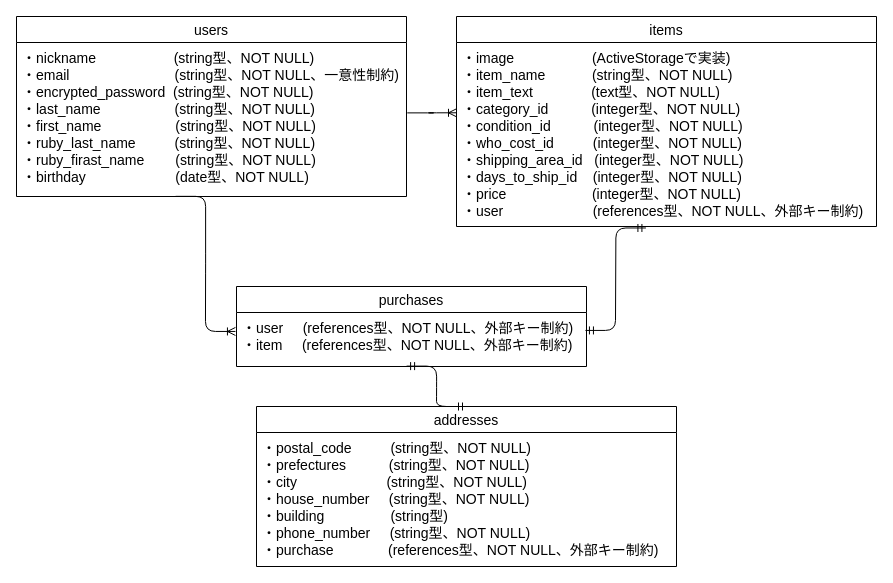
Earlier version of the draw.io diagram table.dio (kimoto-naoki/furima-35589). Source tidied: cells renumbered, new cells numbered last; positions are measured from the earlier drawing's top-left corner, leaving out a move shared by most shapes. Both pictures are drawn from the tidied source at 100%, with x=0, y=0 at pixel (16, 16).
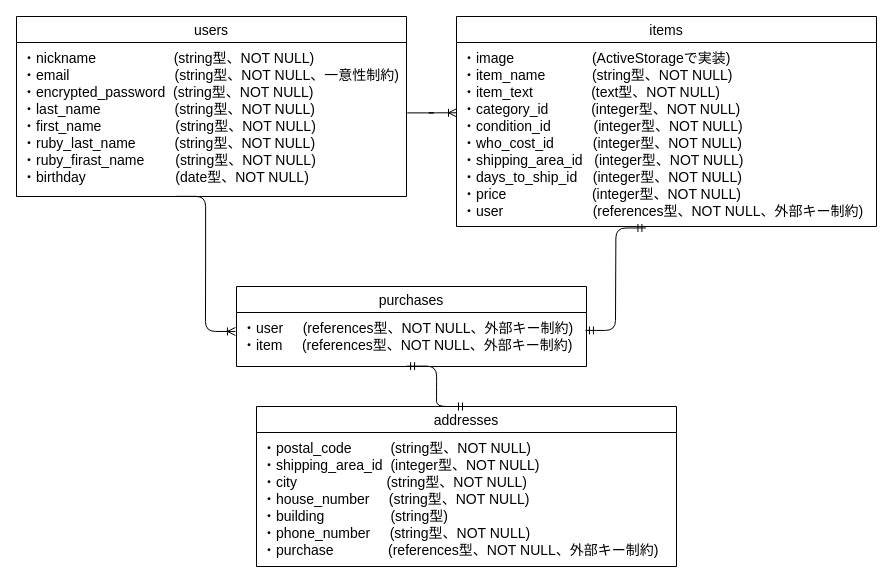
After the change.

Change to the diagram source:
```diff
@@
 <mxGraphModel>
   <root>
     <mxCell id="0" />
     <mxCell id="1" parent="0" />
     <mxCell id="2" value="users" style="swimlane;fontStyle=0;horizontal=1;startSize=26;align=center;fontSize=14;" parent="1" vertex="1">
       <mxGeometry width="390" height="180" as="geometry" />
     </mxCell>
     <mxCell id="3" value="・nickname                    (string型、NOT NULL)&#10;・email                           (string型、NOT NULL、一意性制約)&#10;・encrypted_password  (string型、NOT NULL)&#10;・last_name                   (string型、NOT NULL)&#10;・first_name                   (string型、NOT NULL)&#10;・ruby_last_name          (string型、NOT NULL)&#10;・ruby_firast_name        (string型、NOT NULL)&#10;・birthday                       (date型、NOT NULL)" style="text;strokeColor=none;fillColor=none;spacingLeft=4;spacingRight=4;overflow=hidden;points=[[0,0.5],[1,0.5]];portConstraint=eastwest;fontSize=14;spacingBottom=4;spacingTop=1;" parent="2" vertex="1">
       <mxGeometry y="26" width="390" height="154" as="geometry" />
     </mxCell>
     <mxCell id="4" value="items" style="swimlane;fontStyle=0;horizontal=1;startSize=26;align=center;fontSize=14;" parent="1" vertex="1">
       <mxGeometry x="440" width="420" height="210" as="geometry" />
     </mxCell>
     <mxCell id="5" value="・image                    (ActiveStorageで実装)&#10;・item_name            (string型、NOT NULL)&#10;・item_text               (text型、NOT NULL)&#10;・category_id           (integer型、NOT NULL)&#10;・condition_id           (integer型、NOT NULL)&#10;・who_cost_id          (integer型、NOT NULL)&#10;・shipping_area_id   (integer型、NOT NULL)&#10;・days_to_ship_id    (integer型、NOT NULL)&#10;・price                      (integer型、NOT NULL)&#10;・user                       (references型、NOT NULL、外部キー制約)" style="text;strokeColor=none;fillColor=none;spacingLeft=4;spacingRight=4;overflow=hidden;points=[[0,0.5],[1,0.5]];portConstraint=eastwest;fontSize=14;spacingBottom=4;spacingTop=1;" parent="4" vertex="1">
       <mxGeometry y="26" width="420" height="184" as="geometry" />
     </mxCell>
     <mxCell id="6" value="purchases" style="swimlane;fontStyle=0;horizontal=1;startSize=26;align=center;fontSize=14;" parent="1" vertex="1">
       <mxGeometry x="220" y="270" width="350" height="80" as="geometry" />
     </mxCell>
     <mxCell id="7" value="・user     (references型、NOT NULL、外部キー制約)&#10;・item     (references型、NOT NULL、外部キー制約)" style="text;strokeColor=none;fillColor=none;spacingLeft=4;spacingRight=4;overflow=hidden;points=[[0,0.5],[1,0.5]];portConstraint=eastwest;fontSize=14;spacingBottom=4;spacingTop=1;" parent="6" vertex="1">
       <mxGeometry y="26" width="350" height="54" as="geometry" />
     </mxCell>
     <mxCell id="8" style="edgeStyle=entityRelationEdgeStyle;fontSize=12;html=1;endArrow=ERoneToMany;exitX=1.002;exitY=0.457;exitDx=0;exitDy=0;exitPerimeter=0;entryX=0;entryY=0.382;entryDx=0;entryDy=0;entryPerimeter=0;" parent="1" edge="1" source="3" target="5">
       <mxGeometry relative="1" as="geometry" />
     </mxCell>
     <mxCell id="9" style="edgeStyle=entityRelationEdgeStyle;fontSize=12;html=1;endArrow=ERoneToMany;entryX=-0.003;entryY=0.351;entryDx=0;entryDy=0;entryPerimeter=0;exitX=0.408;exitY=0.999;exitDx=0;exitDy=0;exitPerimeter=0;" parent="1" edge="1" source="3" target="7">
       <mxGeometry relative="1" as="geometry" />
     </mxCell>
     <mxCell id="10" value="addresses" style="swimlane;fontStyle=0;horizontal=1;startSize=26;align=center;fontSize=14;" parent="1" vertex="1">
       <mxGeometry x="240" y="390" width="420" height="160" as="geometry" />
     </mxCell>
-    <mxCell id="11" value="・postal_code          (string型、NOT NULL)&#10;・prefectures           (string型、NOT NULL)&#10;・city                       (string型、NOT NULL)&#10;・house_number     (string型、NOT NULL)&#10;・building                 (string型)&#10;・phone_number     (string型、NOT NULL)&#10;・purchase              (references型、NOT NULL、外部キー制約)" style="text;strokeColor=none;fillColor=none;spacingLeft=4;spacingRight=4;overflow=hidden;fontSize=14;spacingBottom=4;spacingTop=1;" parent="10" vertex="1">
+    <mxCell id="11" value="・postal_code          (string型、NOT NULL)&#10;・shipping_area_id  (integer型、NOT NULL)&#10;・city                       (string型、NOT NULL)&#10;・house_number     (string型、NOT NULL)&#10;・building                 (string型)&#10;・phone_number     (string型、NOT NULL)&#10;・purchase              (references型、NOT NULL、外部キー制約)" style="text;strokeColor=none;fillColor=none;spacingLeft=4;spacingRight=4;overflow=hidden;fontSize=14;spacingBottom=4;spacingTop=1;" parent="10" vertex="1">
       <mxGeometry y="26" width="420" height="134" as="geometry" />
     </mxCell>
     <mxCell id="12" style="edgeStyle=entityRelationEdgeStyle;fontSize=12;html=1;endArrow=ERmandOne;startArrow=ERmandOne;entryX=0.5;entryY=0;entryDx=0;entryDy=0;exitX=0.486;exitY=0.993;exitDx=0;exitDy=0;exitPerimeter=0;" parent="1" edge="1" source="7" target="10">
       <mxGeometry relative="1" as="geometry" />
     </mxCell>
     <mxCell id="13" style="edgeStyle=entityRelationEdgeStyle;fontSize=12;html=1;endArrow=ERmandOne;startArrow=ERmandOne;exitX=0.997;exitY=0.332;exitDx=0;exitDy=0;exitPerimeter=0;entryX=0.451;entryY=1.008;entryDx=0;entryDy=0;entryPerimeter=0;" parent="1" edge="1" source="7" target="5">
       <mxGeometry relative="1" as="geometry" />
     </mxCell>
   </root>
 </mxGraphModel>
```
